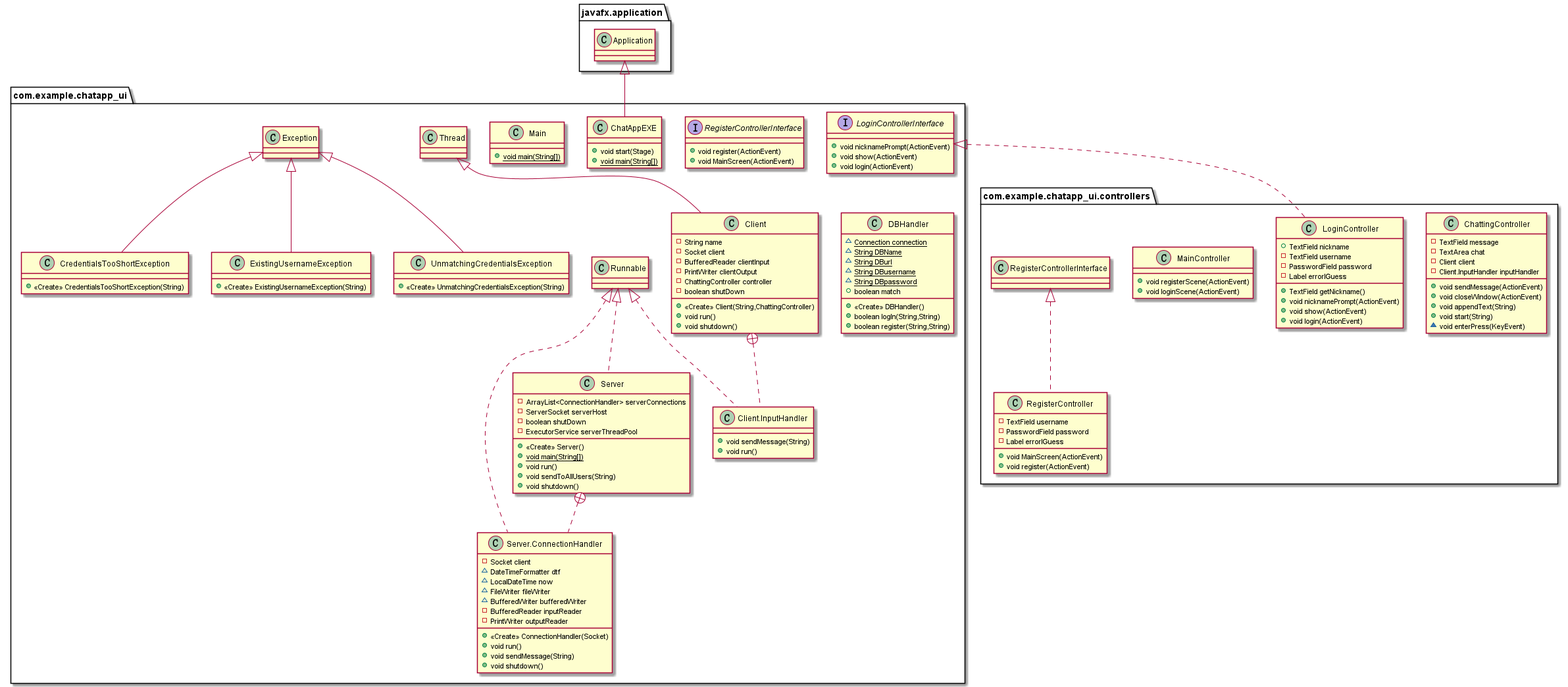
Before: UML.png, a diagram exported from PlantUML (Zedpaixd/Java-Chat-App).
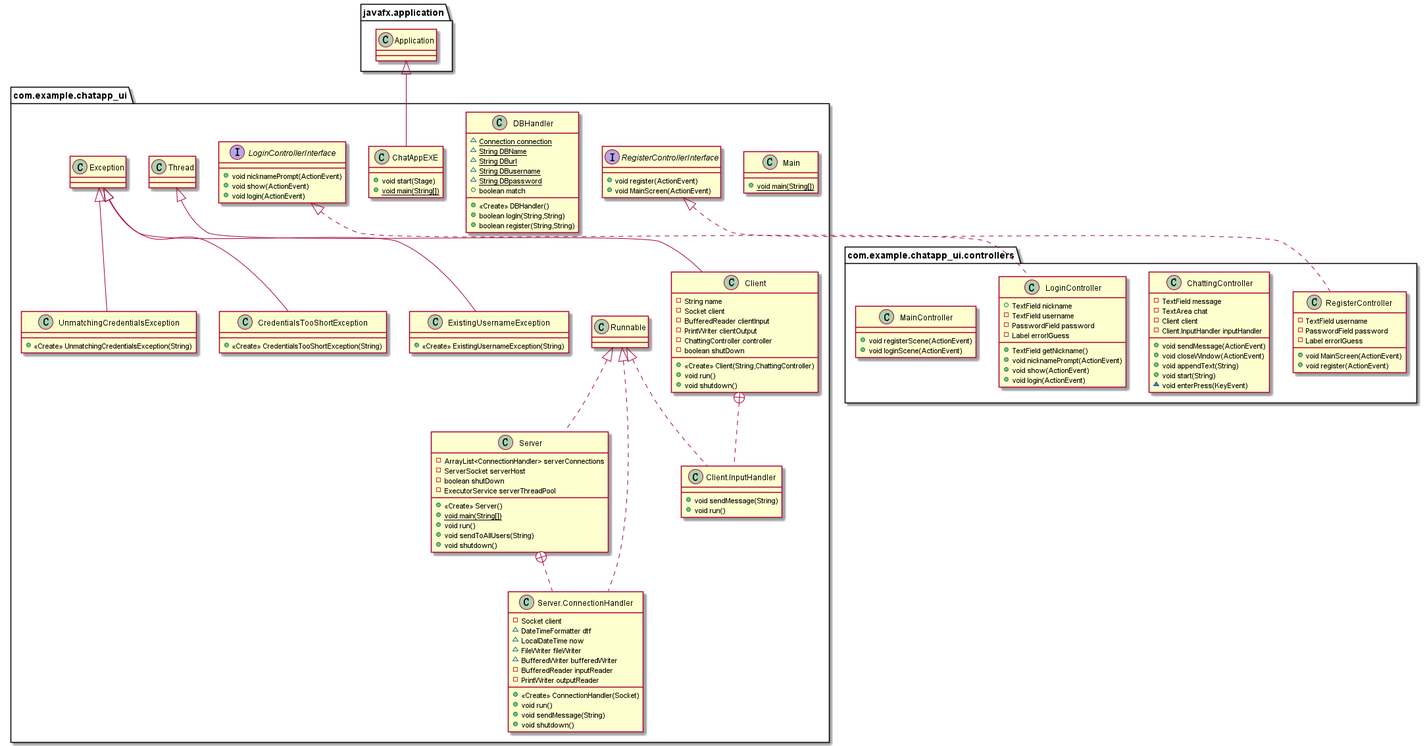
After the commit.

Diff of the diagram source:
```diff
@@ -108,7 +108,7 @@
 }
 
 
-com.example.chatapp_ui.controllers.RegisterControllerInterface <|.. com.example.chatapp_ui.controllers.RegisterController
+com.example.chatapp_ui.RegisterControllerInterface <|.. com.example.chatapp_ui.controllers.RegisterController
 com.example.chatapp_ui.Thread <|-- com.example.chatapp_ui.Client
 com.example.chatapp_ui.Client +.. com.example.chatapp_ui.Client.InputHandler
 com.example.chatapp_ui.Runnable <|.. com.example.chatapp_ui.Client.InputHandler
```
